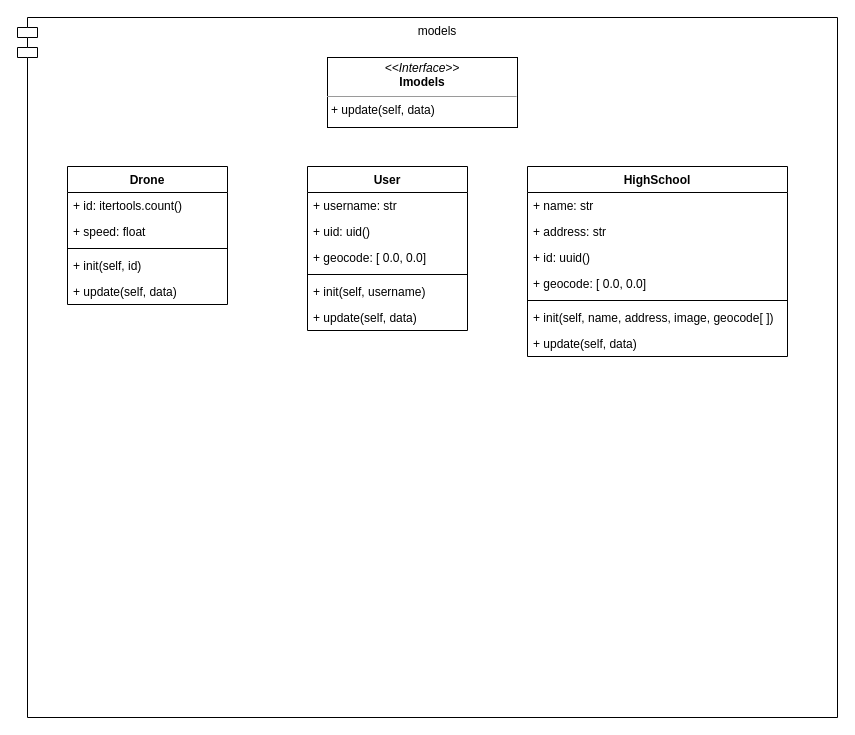
Before: page "models" (1 of 4) of api_geocode.drawio in giova-fonseca/giova-fonseca, a draw.io diagram. Source tidied: cells renumbered, new cells numbered last; positions are measured from the earlier drawing's top-left corner, leaving out a move shared by most shapes. Both pictures are drawn from the tidied source at 100%, with x=0, y=0 at pixel (17, 17).
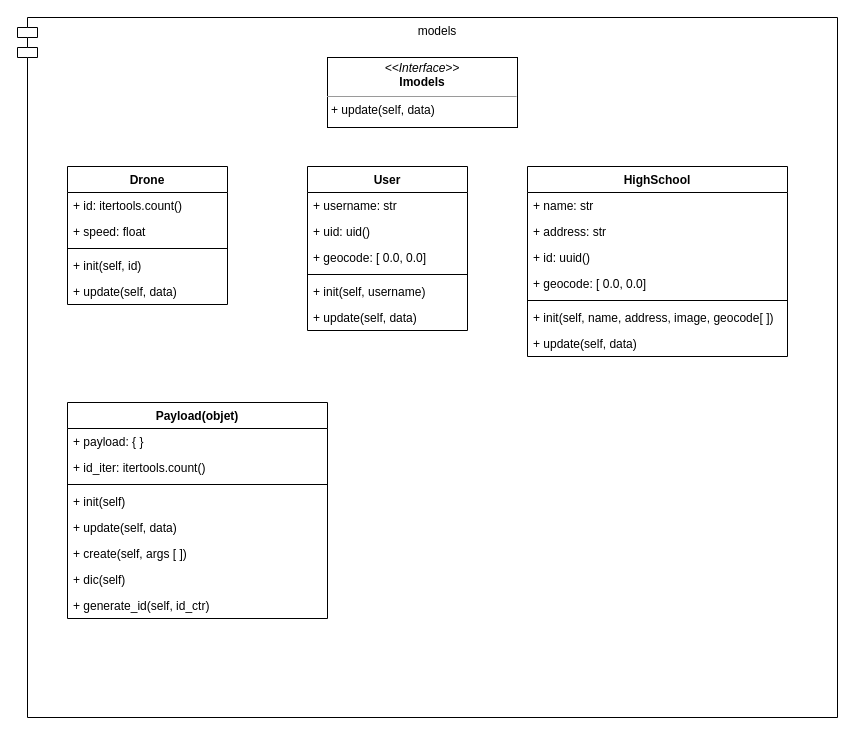
Above is the later version.

The edit, as a diff of the source:
```diff
@@
+    <mxCell id="25" value="Payload(objet)" style="swimlane;fontStyle=1;align=center;verticalAlign=top;horizontal=1;startSize=26;" parent="1" vertex="1">
+      <mxGeometry x="50" y="385" width="260" height="216" as="geometry" />
+    </mxCell>
+    <mxCell id="26" value="+ payload: { }" style="text;strokeColor=none;fillColor=none;align=left;verticalAlign=top;spacingLeft=4;spacingRight=4;overflow=hidden;" parent="25" vertex="1">
+      <mxGeometry y="26" width="260" height="26" as="geometry" />
+    </mxCell>
+    <mxCell id="27" value="+ id_iter: itertools.count()" style="text;strokeColor=none;fillColor=none;align=left;verticalAlign=top;spacingLeft=4;spacingRight=4;overflow=hidden;" parent="25" vertex="1">
+      <mxGeometry y="52" width="260" height="26" as="geometry" />
+    </mxCell>
+    <mxCell id="28" style="line;strokeWidth=1;fillColor=none;align=left;verticalAlign=middle;spacingTop=-1;spacingLeft=3;spacingRight=3;labelPosition=right;" parent="25" vertex="1">
+      <mxGeometry y="78" width="260" height="8" as="geometry" />
+    </mxCell>
+    <mxCell id="29" value="+ init(self)" style="text;strokeColor=none;fillColor=none;align=left;verticalAlign=top;spacingLeft=4;spacingRight=4;overflow=hidden;" parent="25" vertex="1">
+      <mxGeometry y="86" width="260" height="26" as="geometry" />
+    </mxCell>
+    <mxCell id="30" value="+ update(self, data)" style="text;strokeColor=none;fillColor=none;align=left;verticalAlign=top;spacingLeft=4;spacingRight=4;overflow=hidden;" parent="25" vertex="1">
+      <mxGeometry y="112" width="260" height="26" as="geometry" />
+    </mxCell>
+    <mxCell id="31" value="+ create(self, args [ ])" style="text;strokeColor=none;fillColor=none;align=left;verticalAlign=top;spacingLeft=4;spacingRight=4;overflow=hidden;" parent="25" vertex="1">
+      <mxGeometry y="138" width="260" height="26" as="geometry" />
+    </mxCell>
+    <mxCell id="32" value="+ dic(self)" style="text;strokeColor=none;fillColor=none;align=left;verticalAlign=top;spacingLeft=4;spacingRight=4;overflow=hidden;" parent="25" vertex="1">
+      <mxGeometry y="164" width="260" height="26" as="geometry" />
+    </mxCell>
+    <mxCell id="33" value="+ generate_id(self, id_ctr)" style="text;strokeColor=none;fillColor=none;align=left;verticalAlign=top;spacingLeft=4;spacingRight=4;overflow=hidden;" parent="25" vertex="1">
+      <mxGeometry y="190" width="260" height="26" as="geometry" />
+    </mxCell>
```
